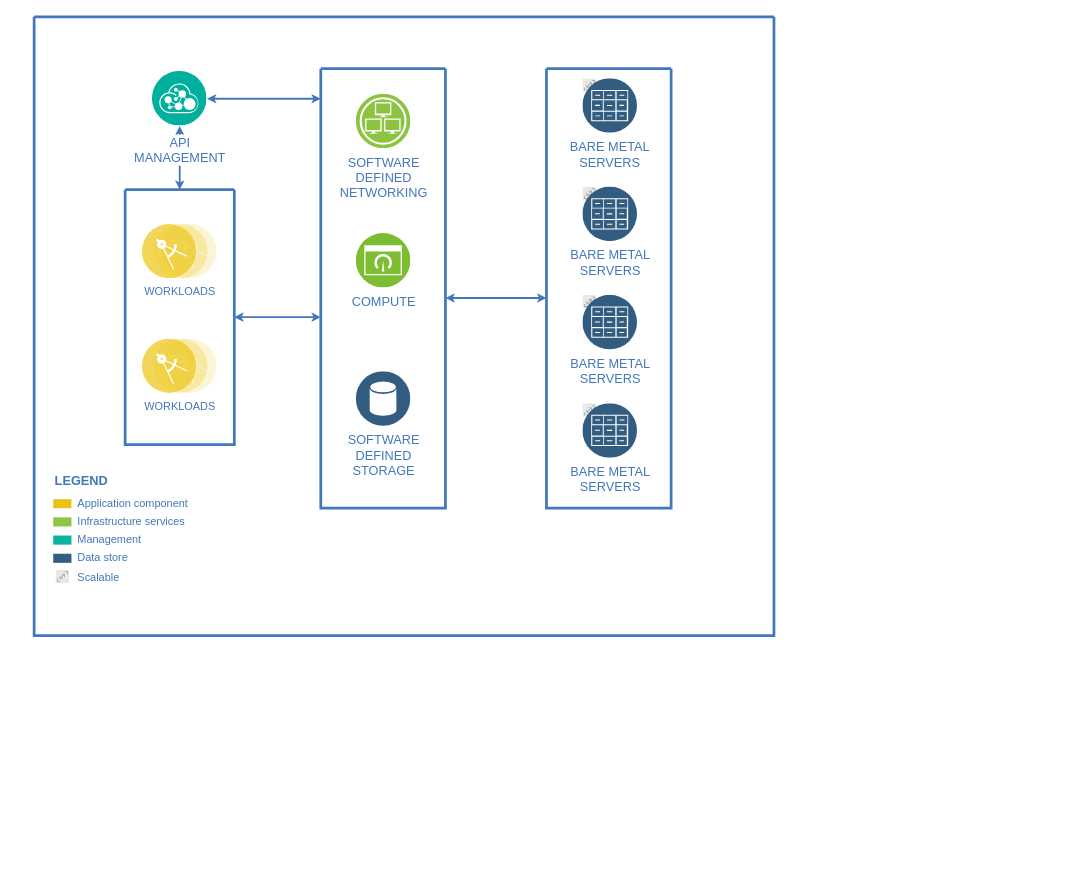
Above: 知识图谱平台框架图.drawio in yhx123hero/CyberspaceSecurity_NER (draw.io), before the change. Source tidied: cells renumbered, new cells numbered last; positions are measured from the earlier drawing's top-left corner, leaving out a move shared by most shapes. Both pictures are drawn from the tidied source at 91%, with x=0, y=0 at pixel (34, 16).
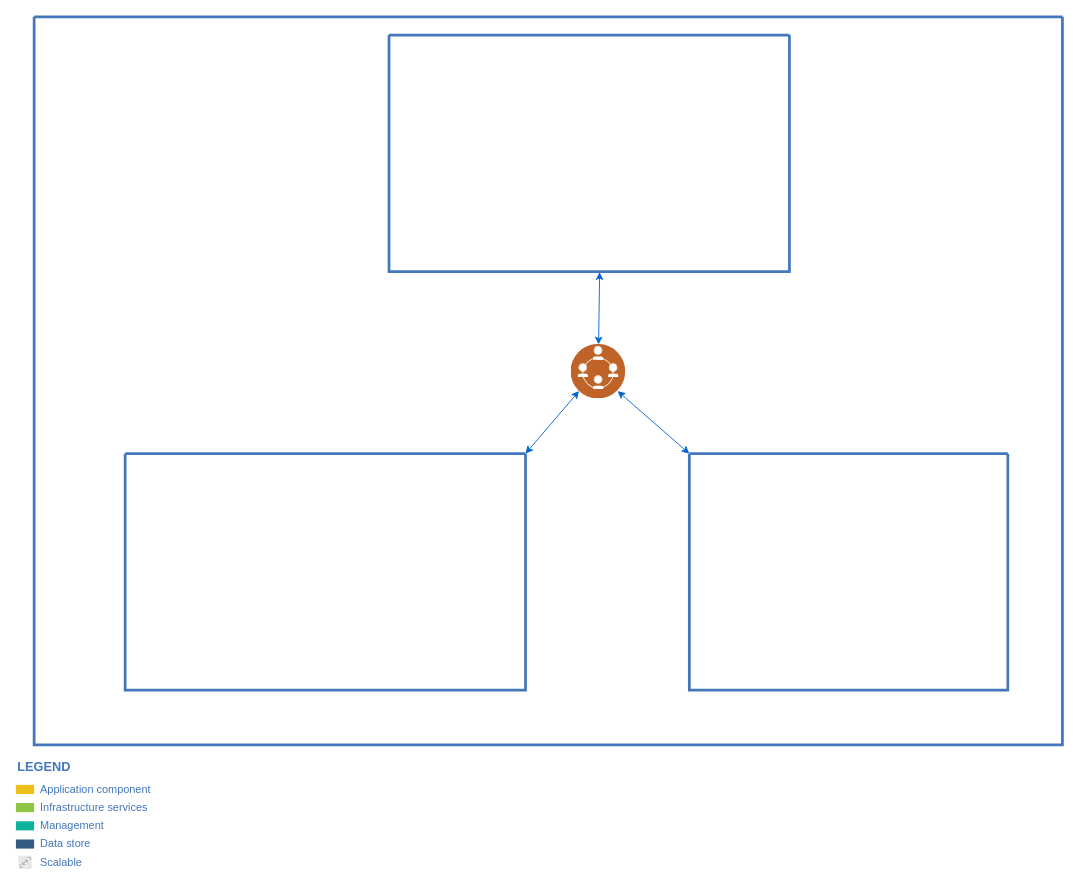
The same page after the edit.

Commit message (it also covers changes not shown here):
更新知识图谱平台框架图.drawio

What changed in the source:
```diff
@@
     <mxCell id="2" style="swimlane;shadow=0;strokeColor=#4277BB;fillColor=#ffffff;fontColor=#4277BB;align=right;startSize=0;strokeWidth=3;" parent="1" vertex="1">
-      <mxGeometry width="813" height="680" as="geometry" />
+      <mxGeometry width="1130" height="800" as="geometry" />
     </mxCell>
-    <mxCell id="3" style="edgeStyle=elbowEdgeStyle;rounded=0;elbow=vertical;html=1;labelBackgroundColor=#ffffff;startArrow=classic;startFill=1;startSize=4;endArrow=classic;endFill=1;endSize=4;jettySize=auto;strokeColor=#4277BB;strokeWidth=2;fontSize=14;fontColor=#4277BB;" parent="2" edge="1" source="12" target="16">
-      <mxGeometry relative="1" as="geometry" />
-    </mxCell>
-    <mxCell id="4" style="edgeStyle=elbowEdgeStyle;rounded=0;elbow=vertical;html=1;labelBackgroundColor=#ffffff;startArrow=classic;startFill=1;startSize=4;endArrow=classic;endFill=1;endSize=4;jettySize=auto;strokeColor=#4277BB;strokeWidth=2;fontSize=14;fontColor=#4277BB;" parent="2" edge="1" source="13" target="16">
-      <mxGeometry relative="1" as="geometry" />
-    </mxCell>
-    <mxCell id="5" style="edgeStyle=elbowEdgeStyle;rounded=0;elbow=vertical;html=1;entryX=0;entryY=0.522;entryPerimeter=0;labelBackgroundColor=#ffffff;startArrow=classic;startFill=1;startSize=4;endArrow=classic;endFill=1;endSize=4;jettySize=auto;strokeColor=#4277BB;strokeWidth=2;fontSize=14;fontColor=#4277BB;" parent="2" edge="1" source="16" target="20">
-      <mxGeometry relative="1" as="geometry" />
-    </mxCell>
-    <mxCell id="6" style="edgeStyle=elbowEdgeStyle;rounded=0;elbow=vertical;html=1;labelBackgroundColor=#ffffff;startArrow=classic;startFill=1;startSize=4;endArrow=classic;endFill=1;endSize=4;jettySize=auto;strokeColor=#4277BB;strokeWidth=2;fontSize=14;fontColor=#4277BB;" parent="2" edge="1" source="12" target="13">
-      <mxGeometry relative="1" as="geometry" />
-    </mxCell>
+    <mxCell id="20" style="swimlane;shadow=0;strokeColor=#4277BB;fillColor=#ffffff;fontColor=#4277BB;align=right;startSize=0;strokeWidth=3;" parent="2" vertex="1">
+      <mxGeometry x="720" y="480" width="350" height="260" as="geometry" />
+    </mxCell>
+    <mxCell id="34" style="swimlane;shadow=0;strokeColor=#4277BB;fillColor=#ffffff;fontColor=#4277BB;align=right;startSize=0;strokeWidth=3;" parent="2" vertex="1">
+      <mxGeometry x="100" y="480" width="440" height="260" as="geometry" />
+    </mxCell>
+    <mxCell id="35" style="swimlane;shadow=0;strokeColor=#4277BB;fillColor=#ffffff;fontColor=#4277BB;align=right;startSize=0;strokeWidth=3;" parent="2" vertex="1">
+      <mxGeometry x="390" y="20" width="440" height="260" as="geometry" />
+    </mxCell>
+    <mxCell id="36" style="perimeter=ellipsePerimeter;html=1;align=center;shadow=0;dashed=0;fontColor=#4277BB;labelBackgroundColor=#ffffff;fontSize=12;spacingTop=3;image;image=img/lib/ibm/social/networking.svg;" parent="2" vertex="1">
+      <mxGeometry x="590" y="360" width="60" height="60" as="geometry" />
+    </mxCell>
+    <mxCell id="37" style="html=1;labelBackgroundColor=#ffffff;startArrow=classic;startFill=1;startSize=6;endArrow=classic;endFill=1;endSize=6;jettySize=auto;strokeWidth=1;fontSize=14;entryX=0;entryY=1;entryDx=0;entryDy=0;exitX=1;exitY=0;exitDx=0;exitDy=0;strokeColor=#0066CC;" parent="2" edge="1" source="34" target="36">
+      <mxGeometry relative="1" as="geometry" />
+    </mxCell>
+    <mxCell id="38" style="html=1;labelBackgroundColor=#ffffff;startArrow=classic;startFill=1;startSize=6;endArrow=classic;endFill=1;endSize=6;jettySize=auto;strokeWidth=1;fontSize=14;entryX=1;entryY=1;entryDx=0;entryDy=0;exitX=0;exitY=0;exitDx=0;exitDy=0;strokeColor=#0066CC;" parent="2" edge="1" source="20" target="36">
+      <mxGeometry relative="1" as="geometry" />
+    </mxCell>
+    <mxCell id="39" style="html=1;labelBackgroundColor=#ffffff;startArrow=classic;startFill=1;startSize=6;endArrow=classic;endFill=1;endSize=6;jettySize=auto;strokeWidth=1;fontSize=14;entryX=0.526;entryY=1.002;entryDx=0;entryDy=0;entryPerimeter=0;strokeColor=#0066CC;" parent="2" edge="1" source="36" target="35">
+      <mxGeometry relative="1" as="geometry" />
+    </mxCell>
-    <mxCell id="7" value="Application component" style="rounded=0;html=1;shadow=0;labelBackgroundColor=none;strokeColor=none;strokeWidth=2;fillColor=#EBC01A;gradientColor=none;fontSize=12;fontColor=#4277BB;align=left;labelPosition=right;verticalLabelPosition=middle;verticalAlign=middle;spacingLeft=5;" parent="2" vertex="1">
-      <mxGeometry x="21" y="530" width="20" height="10" as="geometry" />
+    <mxCell id="7" value="Application component" style="rounded=0;html=1;shadow=0;labelBackgroundColor=none;strokeColor=none;strokeWidth=2;fillColor=#EBC01A;gradientColor=none;fontSize=12;fontColor=#4277BB;align=left;labelPosition=right;verticalLabelPosition=middle;verticalAlign=middle;spacingLeft=5;" parent="1" vertex="1">
+      <mxGeometry x="-20" y="844" width="20" height="10" as="geometry" />
     </mxCell>
-    <mxCell id="8" value="Infrastructure services" style="rounded=0;html=1;shadow=0;labelBackgroundColor=none;strokeColor=none;strokeWidth=2;fillColor=#8DC642;gradientColor=none;fontSize=12;fontColor=#4277BB;align=left;labelPosition=right;verticalLabelPosition=middle;verticalAlign=middle;spacingLeft=5;" parent="2" vertex="1">
-      <mxGeometry x="21" y="550" width="20" height="10" as="geometry" />
+    <mxCell id="8" value="Infrastructure services" style="rounded=0;html=1;shadow=0;labelBackgroundColor=none;strokeColor=none;strokeWidth=2;fillColor=#8DC642;gradientColor=none;fontSize=12;fontColor=#4277BB;align=left;labelPosition=right;verticalLabelPosition=middle;verticalAlign=middle;spacingLeft=5;" parent="1" vertex="1">
+      <mxGeometry x="-20" y="864" width="20" height="10" as="geometry" />
     </mxCell>
-    <mxCell id="9" value="Management" style="rounded=0;html=1;shadow=0;labelBackgroundColor=none;strokeColor=none;strokeWidth=2;fillColor=#0DB39D;gradientColor=none;fontSize=12;fontColor=#4277BB;align=left;labelPosition=right;verticalLabelPosition=middle;verticalAlign=middle;spacingLeft=5;" parent="2" vertex="1">
-      <mxGeometry x="21" y="570" width="20" height="10" as="geometry" />
+    <mxCell id="9" value="Management" style="rounded=0;html=1;shadow=0;labelBackgroundColor=none;strokeColor=none;strokeWidth=2;fillColor=#0DB39D;gradientColor=none;fontSize=12;fontColor=#4277BB;align=left;labelPosition=right;verticalLabelPosition=middle;verticalAlign=middle;spacingLeft=5;" parent="1" vertex="1">
+      <mxGeometry x="-20" y="884" width="20" height="10" as="geometry" />
     </mxCell>
-    <mxCell id="10" value="Data store" style="rounded=0;html=1;shadow=0;labelBackgroundColor=none;strokeColor=none;strokeWidth=2;fillColor=#335D81;gradientColor=none;fontSize=12;fontColor=#4277BB;align=left;labelPosition=right;verticalLabelPosition=middle;verticalAlign=middle;spacingLeft=5;" parent="2" vertex="1">
-      <mxGeometry x="21" y="590" width="20" height="10" as="geometry" />
+    <mxCell id="10" value="Data store" style="rounded=0;html=1;shadow=0;labelBackgroundColor=none;strokeColor=none;strokeWidth=2;fillColor=#335D81;gradientColor=none;fontSize=12;fontColor=#4277BB;align=left;labelPosition=right;verticalLabelPosition=middle;verticalAlign=middle;spacingLeft=5;" parent="1" vertex="1">
+      <mxGeometry x="-20" y="904" width="20" height="10" as="geometry" />
     </mxCell>
-    <mxCell id="11" value="LEGEND" style="text;html=1;align=left;verticalAlign=middle;fontColor=#4277BB;shadow=0;dashed=0;strokeColor=none;fillColor=none;labelBackgroundColor=none;fontStyle=1;fontSize=14;spacingLeft=0;" parent="2" vertex="1">
-      <mxGeometry x="21" y="500" width="150" height="20" as="geometry" />
+    <mxCell id="11" value="LEGEND" style="text;html=1;align=left;verticalAlign=middle;fontColor=#4277BB;shadow=0;dashed=0;strokeColor=none;fillColor=none;labelBackgroundColor=none;fontStyle=1;fontSize=14;spacingLeft=0;" parent="1" vertex="1">
+      <mxGeometry x="-20" y="814" width="150" height="20" as="geometry" />
     </mxCell>
-    <mxCell id="12" value="API&lt;div&gt;MANAGEMENT&lt;/div&gt;" style="perimeter=ellipsePerimeter;html=1;align=center;shadow=0;dashed=0;image;image=img/lib/ibm/management/api_management.svg;rounded=1;labelBackgroundColor=#ffffff;strokeColor=#666666;strokeWidth=3;fillColor=#C2952D;gradientColor=none;fontSize=14;fontColor=#4277BB;spacingTop=3;" parent="2" vertex="1">
-      <mxGeometry x="130" y="60" width="60" height="60" as="geometry" />
-    </mxCell>
-    <mxCell id="13" style="swimlane;shadow=0;strokeColor=#4277BB;fillColor=#ffffff;fontColor=#4277BB;align=right;startSize=0;strokeWidth=3;" parent="2" vertex="1">
-      <mxGeometry x="100" y="190" width="120" height="280" as="geometry" />
-    </mxCell>
-    <mxCell id="14" value="WORKLOADS" style="perimeter=ellipsePerimeter;html=1;align=center;shadow=0;dashed=0;image;image=img/lib/ibm/applications/microservice.svg;labelBackgroundColor=#ffffff;strokeColor=#666666;strokeWidth=3;fillColor=#C2952D;gradientColor=none;fontSize=12;fontColor=#4277BB;" parent="13" vertex="1">
-      <mxGeometry x="19" y="38" width="82" height="60" as="geometry" />
-    </mxCell>
-    <mxCell id="15" value="WORKLOADS" style="perimeter=ellipsePerimeter;html=1;align=center;shadow=0;dashed=0;image;image=img/lib/ibm/applications/microservice.svg;labelBackgroundColor=#ffffff;strokeColor=#666666;strokeWidth=3;fillColor=#C2952D;gradientColor=none;fontSize=12;fontColor=#4277BB;" parent="13" vertex="1">
-      <mxGeometry x="19" y="164" width="82" height="60" as="geometry" />
-    </mxCell>
-    <mxCell id="16" style="swimlane;shadow=0;strokeColor=#4277BB;fillColor=#ffffff;fontColor=#4277BB;align=right;startSize=0;strokeWidth=3;" parent="2" vertex="1">
-      <mxGeometry x="315" y="57" width="137" height="483" as="geometry" />
-    </mxCell>
-    <mxCell id="17" value="SOFTWARE&lt;div&gt;DEFINED&lt;/div&gt;&lt;div&gt;NETWORKING&lt;/div&gt;" style="perimeter=ellipsePerimeter;html=1;align=center;shadow=0;dashed=0;image;image=img/lib/ibm/infrastructure/infrastructure_services.svg;rounded=1;labelBackgroundColor=#ffffff;strokeColor=#666666;strokeWidth=3;fillColor=#C2952D;gradientColor=none;fontSize=14;fontColor=#4277BB;" parent="16" vertex="1">
-      <mxGeometry x="39" y="28" width="60" height="60" as="geometry" />
-    </mxCell>
-    <mxCell id="18" value="COMPUTE" style="perimeter=ellipsePerimeter;html=1;align=center;shadow=0;dashed=0;image;image=img/lib/ibm/infrastructure/dashboard.svg;rounded=1;labelBackgroundColor=#ffffff;strokeColor=#666666;strokeWidth=3;fillColor=#C2952D;gradientColor=none;fontSize=14;fontColor=#4277BB;" parent="16" vertex="1">
-      <mxGeometry x="39" y="181" width="60" height="60" as="geometry" />
-    </mxCell>
-    <mxCell id="19" value="SOFTWARE&lt;div&gt;DEFINED&lt;/div&gt;&lt;div&gt;STORAGE&lt;/div&gt;" style="perimeter=ellipsePerimeter;html=1;align=center;shadow=0;dashed=0;image;image=img/lib/ibm/data/data_services.svg;rounded=1;labelBackgroundColor=#ffffff;strokeColor=#666666;strokeWidth=3;fillColor=#C2952D;gradientColor=none;fontSize=14;fontColor=#4277BB;" parent="16" vertex="1">
-      <mxGeometry x="39" y="333" width="60" height="60" as="geometry" />
-    </mxCell>
-    <mxCell id="20" style="swimlane;shadow=0;strokeColor=#4277BB;fillColor=#ffffff;fontColor=#4277BB;align=right;startSize=0;strokeWidth=3;" parent="2" vertex="1">
-      <mxGeometry x="563" y="57" width="137" height="483" as="geometry" />
-    </mxCell>
-    <mxCell id="21" value="BARE METAL&#10;SERVERS" style="group;fontSize=14;fontColor=#4277BB;labelPosition=center;verticalLabelPosition=bottom;align=center;verticalAlign=top;labelBackgroundColor=#ffffff;" parent="20" vertex="1">
-      <mxGeometry x="40" y="11" width="60" height="60" as="geometry" />
-    </mxCell>
-    <mxCell id="22" style="perimeter=ellipsePerimeter;html=1;align=center;shadow=0;dashed=0;image;image=img/lib/ibm/miscellaneous/scalable.svg;rounded=1;labelBackgroundColor=none;strokeColor=#666666;strokeWidth=3;fillColor=#C2952D;gradientColor=none;fontSize=14;fontColor=#4277BB;" parent="21" vertex="1">
-      <mxGeometry width="15" height="15" as="geometry" />
-    </mxCell>
-    <mxCell id="23" style="perimeter=ellipsePerimeter;html=1;align=center;shadow=0;dashed=0;image;image=img/lib/ibm/data/file_repository.svg;rounded=1;labelBackgroundColor=none;strokeColor=#666666;strokeWidth=3;fillColor=#C2952D;gradientColor=none;fontSize=14;fontColor=#4277BB;" parent="21" vertex="1">
-      <mxGeometry width="60" height="60" as="geometry" />
-    </mxCell>
-    <mxCell id="24" style="group;fontSize=14;fontColor=#4277BB;labelBackgroundColor=#ffffff;" parent="20" vertex="1">
-      <mxGeometry x="40" y="130" width="60" height="60" as="geometry" />
-    </mxCell>
-    <mxCell id="25" style="perimeter=ellipsePerimeter;html=1;align=center;shadow=0;dashed=0;image;image=img/lib/ibm/miscellaneous/scalable.svg;rounded=1;labelBackgroundColor=none;strokeColor=#666666;strokeWidth=3;fillColor=#C2952D;gradientColor=none;fontSize=14;fontColor=#4277BB;" parent="24" vertex="1">
-      <mxGeometry width="15" height="15" as="geometry" />
-    </mxCell>
-    <mxCell id="26" value="BARE METAL&lt;br&gt;SERVERS" style="perimeter=ellipsePerimeter;html=1;align=center;shadow=0;dashed=0;image;image=img/lib/ibm/data/file_repository.svg;rounded=1;labelBackgroundColor=none;strokeColor=#666666;strokeWidth=3;fillColor=#C2952D;gradientColor=none;fontSize=14;fontColor=#4277BB;" parent="24" vertex="1">
-      <mxGeometry width="60" height="60" as="geometry" />
-    </mxCell>
-    <mxCell id="27" style="group;fontSize=14;fontColor=#4277BB;labelBackgroundColor=#ffffff;" parent="20" vertex="1">
-      <mxGeometry x="40" y="249" width="60" height="60" as="geometry" />
-    </mxCell>
-    <mxCell id="28" style="perimeter=ellipsePerimeter;html=1;align=center;shadow=0;dashed=0;image;image=img/lib/ibm/miscellaneous/scalable.svg;rounded=1;labelBackgroundColor=none;strokeColor=#666666;strokeWidth=3;fillColor=#C2952D;gradientColor=none;fontSize=14;fontColor=#4277BB;" parent="27" vertex="1">
-      <mxGeometry width="15" height="15" as="geometry" />
-    </mxCell>
-    <mxCell id="29" value="BARE METAL&lt;br&gt;SERVERS" style="perimeter=ellipsePerimeter;html=1;align=center;shadow=0;dashed=0;image;image=img/lib/ibm/data/file_repository.svg;rounded=1;labelBackgroundColor=none;strokeColor=#666666;strokeWidth=3;fillColor=#C2952D;gradientColor=none;fontSize=14;fontColor=#4277BB;" parent="27" vertex="1">
-      <mxGeometry width="60" height="60" as="geometry" />
-    </mxCell>
-    <mxCell id="30" style="group;fontSize=14;fontColor=#4277BB;labelBackgroundColor=#ffffff;" parent="20" vertex="1">
-      <mxGeometry x="40" y="368" width="60" height="60" as="geometry" />
-    </mxCell>
-    <mxCell id="31" style="perimeter=ellipsePerimeter;html=1;align=center;shadow=0;dashed=0;image;image=img/lib/ibm/miscellaneous/scalable.svg;rounded=1;labelBackgroundColor=none;strokeColor=#666666;strokeWidth=3;fillColor=#C2952D;gradientColor=none;fontSize=14;fontColor=#4277BB;" parent="30" vertex="1">
-      <mxGeometry width="15" height="15" as="geometry" />
-    </mxCell>
-    <mxCell id="32" value="BARE METAL&lt;br&gt;SERVERS" style="perimeter=ellipsePerimeter;html=1;align=center;shadow=0;dashed=0;image;image=img/lib/ibm/data/file_repository.svg;rounded=1;labelBackgroundColor=none;strokeColor=#666666;strokeWidth=3;fillColor=#C2952D;gradientColor=none;fontSize=14;fontColor=#4277BB;" parent="30" vertex="1">
-      <mxGeometry width="60" height="60" as="geometry" />
-    </mxCell>
-    <mxCell id="33" value="Scalable" style="perimeter=ellipsePerimeter;html=1;align=left;shadow=0;image;image=img/lib/ibm/miscellaneous/scalable.svg;rounded=0;labelBackgroundColor=none;strokeColor=none;strokeWidth=2;fillColor=#335D81;gradientColor=none;fontSize=12;fontColor=#4277BB;verticalAlign=middle;spacingLeft=7;labelPosition=right;verticalLabelPosition=middle;" parent="2" vertex="1">
-      <mxGeometry x="24" y="608" width="15" height="15" as="geometry" />
+    <mxCell id="33" value="Scalable" style="perimeter=ellipsePerimeter;html=1;align=left;shadow=0;image;image=img/lib/ibm/miscellaneous/scalable.svg;rounded=0;labelBackgroundColor=none;strokeColor=none;strokeWidth=2;fillColor=#335D81;gradientColor=none;fontSize=12;fontColor=#4277BB;verticalAlign=middle;spacingLeft=7;labelPosition=right;verticalLabelPosition=middle;" parent="1" vertex="1">
+      <mxGeometry x="-17" y="922" width="15" height="15" as="geometry" />
     </mxCell>
```
